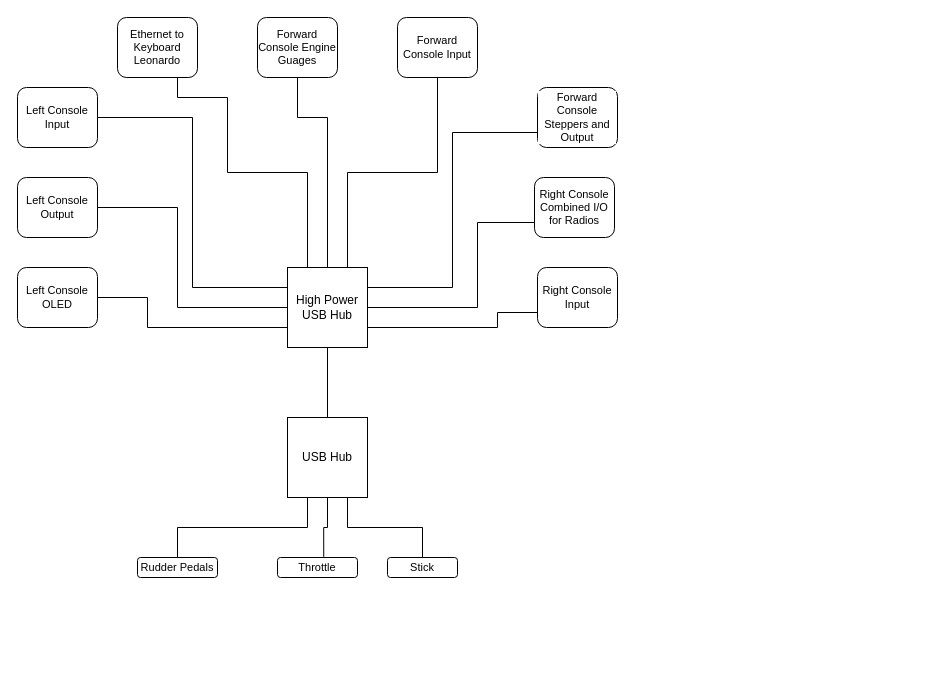
This is page "USB" (1 of 2) of A10/A10 Documentation/A10 Diagrams.drawio from bnepethomas/bne-arduino-flight-simulator-interfaces, a draw.io file, before an edit. Source tidied: cells renumbered, new cells numbered last; positions are measured from the earlier drawing's top-left corner, leaving out a move shared by most shapes. Both pictures are drawn from the tidied source at 100%, with x=0, y=0 at pixel (17, 17).
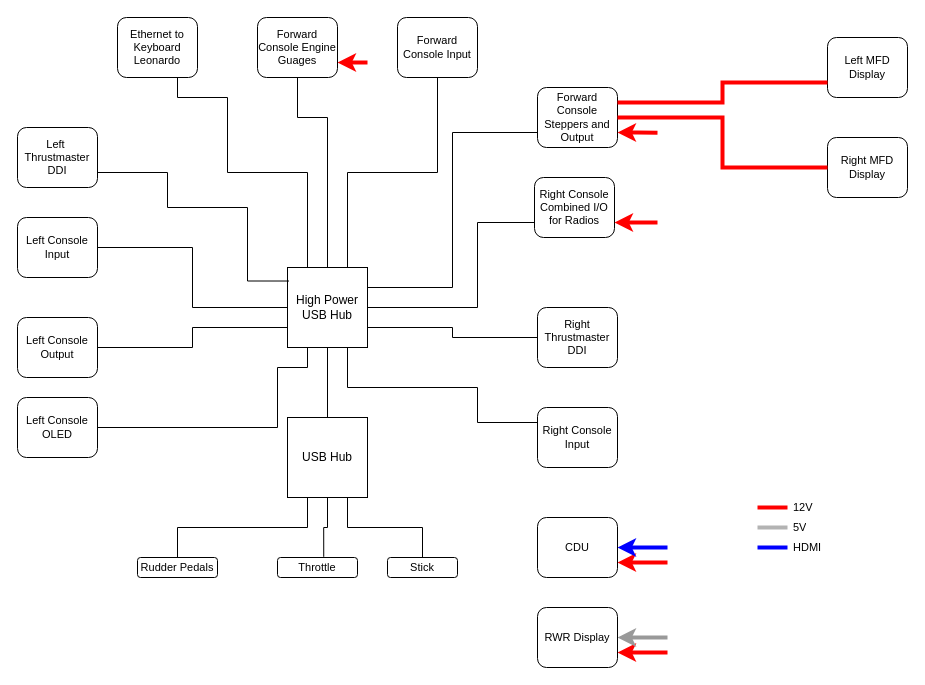
After the change.

Unchanged cells that the change refers to:
```xml
<mxCell id="2" value="High Power USB Hub" style="whiteSpace=wrap;html=1;" parent="1" vertex="1">
  <mxGeometry x="270" y="250" width="80" height="80" as="geometry" />
</mxCell>
<mxCell id="20" value="Right Console Combined I/O for Radios" style="rounded=1;whiteSpace=wrap;html=1;fontFamily=Helvetica;fontSize=11;fontColor=default;labelBackgroundColor=default;" parent="1" vertex="1">
  <mxGeometry x="517" y="160" width="80" height="60" as="geometry" />
</mxCell>
<mxCell id="26" value="Forward Console Engine Guages" style="rounded=1;whiteSpace=wrap;html=1;fontFamily=Helvetica;fontSize=11;fontColor=default;labelBackgroundColor=default;" parent="1" vertex="1">
  <mxGeometry x="240" width="80" height="60" as="geometry" />
</mxCell>
```

Change to the diagram source:
```diff
@@
+    <mxCell id="29" style="edgeStyle=orthogonalEdgeStyle;shape=connector;rounded=0;jettySize=auto;html=1;exitX=1;exitY=0.75;exitDx=0;exitDy=0;entryX=0;entryY=0.5;entryDx=0;entryDy=0;strokeColor=default;align=center;verticalAlign=middle;fontFamily=Helvetica;fontSize=11;fontColor=default;labelBackgroundColor=default;endArrow=none;endFill=0;" parent="1" edge="1" source="2" target="32">
+      <mxGeometry relative="1" as="geometry" />
+    </mxCell>
@@
-    <mxCell id="13" style="edgeStyle=orthogonalEdgeStyle;shape=connector;rounded=0;jettySize=auto;html=1;exitX=1;exitY=0.5;exitDx=0;exitDy=0;entryX=0;entryY=0.25;entryDx=0;entryDy=0;strokeColor=default;align=center;verticalAlign=middle;fontFamily=Helvetica;fontSize=11;fontColor=default;labelBackgroundColor=default;endArrow=none;endFill=0;" parent="1" edge="1" source="14" target="2">
+    <mxCell id="13" style="edgeStyle=orthogonalEdgeStyle;shape=connector;rounded=0;jettySize=auto;html=1;exitX=1;exitY=0.5;exitDx=0;exitDy=0;entryX=0;entryY=0.5;entryDx=0;entryDy=0;strokeColor=default;align=center;verticalAlign=middle;fontFamily=Helvetica;fontSize=11;fontColor=default;labelBackgroundColor=default;endArrow=none;endFill=0;" parent="1" edge="1" source="14" target="2">
       <mxGeometry relative="1" as="geometry" />
     </mxCell>
     <mxCell id="14" value="Left Console Input" style="rounded=1;whiteSpace=wrap;html=1;fontFamily=Helvetica;fontSize=11;fontColor=default;labelBackgroundColor=default;" parent="1" vertex="1">
-      <mxGeometry y="70" width="80" height="60" as="geometry" />
+      <mxGeometry y="200" width="80" height="60" as="geometry" />
     </mxCell>
-    <mxCell id="15" style="edgeStyle=orthogonalEdgeStyle;shape=connector;rounded=0;jettySize=auto;html=1;exitX=1;exitY=0.5;exitDx=0;exitDy=0;entryX=0;entryY=0.5;entryDx=0;entryDy=0;strokeColor=default;align=center;verticalAlign=middle;fontFamily=Helvetica;fontSize=11;fontColor=default;labelBackgroundColor=default;endArrow=none;endFill=0;" parent="1" edge="1" source="16" target="2">
-      <mxGeometry relative="1" as="geometry">
-        <Array as="points">
-          <mxPoint x="160" y="190" />
-          <mxPoint x="160" y="290" />
-        </Array>
-      </mxGeometry>
+    <mxCell id="15" style="edgeStyle=orthogonalEdgeStyle;shape=connector;rounded=0;jettySize=auto;html=1;exitX=1;exitY=0.5;exitDx=0;exitDy=0;entryX=0;entryY=0.75;entryDx=0;entryDy=0;strokeColor=default;align=center;verticalAlign=middle;fontFamily=Helvetica;fontSize=11;fontColor=default;labelBackgroundColor=default;endArrow=none;endFill=0;" parent="1" edge="1" source="16" target="2">
+      <mxGeometry relative="1" as="geometry" />
     </mxCell>
     <mxCell id="16" value="Left Console Output" style="rounded=1;whiteSpace=wrap;html=1;fontFamily=Helvetica;fontSize=11;fontColor=default;labelBackgroundColor=default;" parent="1" vertex="1">
-      <mxGeometry y="160" width="80" height="60" as="geometry" />
+      <mxGeometry y="300" width="80" height="60" as="geometry" />
     </mxCell>
-    <mxCell id="17" style="edgeStyle=orthogonalEdgeStyle;shape=connector;rounded=0;jettySize=auto;html=1;exitX=1;exitY=0.5;exitDx=0;exitDy=0;entryX=0;entryY=0.75;entryDx=0;entryDy=0;strokeColor=default;align=center;verticalAlign=middle;fontFamily=Helvetica;fontSize=11;fontColor=default;labelBackgroundColor=default;endArrow=none;endFill=0;" parent="1" edge="1" source="18" target="2">
+    <mxCell id="17" style="edgeStyle=orthogonalEdgeStyle;shape=connector;rounded=0;jettySize=auto;html=1;exitX=1;exitY=0.5;exitDx=0;exitDy=0;entryX=0.25;entryY=1;entryDx=0;entryDy=0;strokeColor=default;align=center;verticalAlign=middle;fontFamily=Helvetica;fontSize=11;fontColor=default;labelBackgroundColor=default;endArrow=none;endFill=0;" parent="1" edge="1" source="18" target="2">
       <mxGeometry relative="1" as="geometry">
         <Array as="points">
-          <mxPoint x="130" y="280" />
-          <mxPoint x="130" y="310" />
+          <mxPoint x="260" y="410" />
+          <mxPoint x="260" y="350" />
+          <mxPoint x="290" y="350" />
         </Array>
       </mxGeometry>
     </mxCell>
     <mxCell id="18" value="Left Console OLED" style="rounded=1;whiteSpace=wrap;html=1;fontFamily=Helvetica;fontSize=11;fontColor=default;labelBackgroundColor=default;" parent="1" vertex="1">
-      <mxGeometry y="250" width="80" height="60" as="geometry" />
+      <mxGeometry y="380" width="80" height="60" as="geometry" />
     </mxCell>
@@
-    <mxCell id="21" style="edgeStyle=orthogonalEdgeStyle;shape=connector;rounded=0;jettySize=auto;html=1;exitX=0;exitY=0.75;exitDx=0;exitDy=0;entryX=1;entryY=0.75;entryDx=0;entryDy=0;strokeColor=default;align=center;verticalAlign=middle;fontFamily=Helvetica;fontSize=11;fontColor=default;labelBackgroundColor=default;endArrow=none;endFill=0;" parent="1" edge="1" source="22" target="2">
+    <mxCell id="21" style="edgeStyle=orthogonalEdgeStyle;rounded=0;jettySize=auto;html=1;exitX=0;exitY=0.25;exitDx=0;exitDy=0;entryX=0.75;entryY=1;entryDx=0;entryDy=0;endArrow=none;endFill=0;" parent="1" edge="1" source="22" target="2">
       <mxGeometry relative="1" as="geometry">
         <Array as="points">
-          <mxPoint x="480" y="295" />
-          <mxPoint x="480" y="310" />
+          <mxPoint x="460" y="405" />
+          <mxPoint x="460" y="370" />
+          <mxPoint x="330" y="370" />
         </Array>
       </mxGeometry>
     </mxCell>
     <mxCell id="22" value="Right Console Input" style="rounded=1;whiteSpace=wrap;html=1;fontFamily=Helvetica;fontSize=11;fontColor=default;labelBackgroundColor=default;" parent="1" vertex="1">
-      <mxGeometry x="520" y="250" width="80" height="60" as="geometry" />
+      <mxGeometry x="520" y="390" width="80" height="60" as="geometry" />
     </mxCell>
@@
+    <mxCell id="30" style="edgeStyle=orthogonalEdgeStyle;shape=connector;rounded=0;jettySize=auto;html=1;exitX=1;exitY=0.75;exitDx=0;exitDy=0;strokeColor=#FF0000;align=center;verticalAlign=middle;fontFamily=Helvetica;fontSize=11;fontColor=default;labelBackgroundColor=default;endArrow=none;endFill=0;strokeWidth=4;startArrow=classic;startFill=1;fillColor=#f8cecc;" parent="1" edge="1" source="26">
+      <mxGeometry relative="1" as="geometry">
+        <mxPoint x="350" y="45.2" as="targetPoint" />
+      </mxGeometry>
+    </mxCell>
@@
-    <mxCell id="28" value="Forward Console Steppers and Output" style="rounded=1;whiteSpace=wrap;html=1;fontFamily=Helvetica;fontSize=11;fontColor=default;labelBackgroundColor=default;" parent="1" vertex="1">
+    <mxCell id="28" value="Forward Console Steppers and Output" style="rounded=1;whiteSpace=wrap;html=1;fontFamily=Helvetica;fontSize=11;fontColor=default;labelBackgroundColor=none;" parent="1" vertex="1">
       <mxGeometry x="520" y="70" width="80" height="60" as="geometry" />
     </mxCell>
+    <mxCell id="31" value="Left MFD&lt;div&gt;Display&lt;/div&gt;" style="rounded=1;whiteSpace=wrap;html=1;fontFamily=Helvetica;fontSize=11;fontColor=default;labelBackgroundColor=default;" parent="1" vertex="1">
+      <mxGeometry x="810" y="20" width="80" height="60" as="geometry" />
+    </mxCell>
+    <mxCell id="32" value="Right Thrustmaster DDI" style="rounded=1;whiteSpace=wrap;html=1;fontFamily=Helvetica;fontSize=11;fontColor=default;labelBackgroundColor=default;" parent="1" vertex="1">
+      <mxGeometry x="520" y="290" width="80" height="60" as="geometry" />
+    </mxCell>
+    <mxCell id="33" style="edgeStyle=orthogonalEdgeStyle;shape=connector;rounded=0;jettySize=auto;html=1;exitX=1;exitY=0.75;exitDx=0;exitDy=0;entryX=0.019;entryY=0.169;entryDx=0;entryDy=0;strokeColor=default;align=center;verticalAlign=middle;fontFamily=Helvetica;fontSize=11;fontColor=default;labelBackgroundColor=default;endArrow=none;endFill=0;entryPerimeter=0;" parent="1" edge="1" source="34" target="2">
+      <mxGeometry relative="1" as="geometry">
+        <Array as="points">
+          <mxPoint x="150" y="155" />
+          <mxPoint x="150" y="190" />
+          <mxPoint x="230" y="190" />
+          <mxPoint x="230" y="264" />
+        </Array>
+      </mxGeometry>
+    </mxCell>
+    <mxCell id="34" value="Left&amp;nbsp; Thrustmaster DDI" style="rounded=1;whiteSpace=wrap;html=1;fontFamily=Helvetica;fontSize=11;fontColor=default;labelBackgroundColor=default;" parent="1" vertex="1">
+      <mxGeometry y="110" width="80" height="60" as="geometry" />
+    </mxCell>
+    <mxCell id="35" value="Right MFD Display" style="rounded=1;whiteSpace=wrap;html=1;fontFamily=Helvetica;fontSize=11;fontColor=default;labelBackgroundColor=default;" parent="1" vertex="1">
+      <mxGeometry x="810" y="120" width="80" height="60" as="geometry" />
+    </mxCell>
+    <mxCell id="36" style="endArrow=none;html=1;rounded=0;strokeColor=#FF0000;align=center;verticalAlign=middle;fontFamily=Helvetica;fontSize=11;fontColor=default;labelBackgroundColor=default;edgeStyle=orthogonalEdgeStyle;strokeWidth=4;endFill=0;fillColor=#f8cecc;" parent="1" edge="1">
+      <mxGeometry relative="1" as="geometry">
+        <mxPoint x="740" y="490" as="sourcePoint" />
+        <mxPoint x="770" y="490" as="targetPoint" />
+      </mxGeometry>
+    </mxCell>
+    <mxCell id="37" value="12V" style="text;strokeColor=none;fillColor=none;align=left;verticalAlign=middle;spacingLeft=4;spacingRight=4;overflow=hidden;whiteSpace=wrap;html=1;fontFamily=Helvetica;fontSize=11;fontColor=default;labelBackgroundColor=default;" parent="1" vertex="1">
+      <mxGeometry x="770" y="480" width="80" height="20" as="geometry" />
+    </mxCell>
+    <mxCell id="38" style="endArrow=none;html=1;rounded=0;strokeColor=#B3B3B3;align=center;verticalAlign=middle;fontFamily=Helvetica;fontSize=11;fontColor=default;labelBackgroundColor=default;edgeStyle=orthogonalEdgeStyle;strokeWidth=4;endFill=0;fillColor=#f8cecc;" parent="1" edge="1">
+      <mxGeometry relative="1" as="geometry">
+        <mxPoint x="740" y="510" as="sourcePoint" />
+        <mxPoint x="770" y="510" as="targetPoint" />
+      </mxGeometry>
+    </mxCell>
+    <mxCell id="39" value="5V" style="text;strokeColor=none;fillColor=none;align=left;verticalAlign=middle;spacingLeft=4;spacingRight=4;overflow=hidden;whiteSpace=wrap;html=1;fontFamily=Helvetica;fontSize=11;fontColor=default;labelBackgroundColor=default;" parent="1" vertex="1">
+      <mxGeometry x="770" y="500" width="80" height="20" as="geometry" />
+    </mxCell>
+    <mxCell id="40" style="edgeStyle=orthogonalEdgeStyle;shape=connector;rounded=0;jettySize=auto;html=1;exitX=1;exitY=0.75;exitDx=0;exitDy=0;strokeColor=#FF0000;align=center;verticalAlign=middle;fontFamily=Helvetica;fontSize=11;fontColor=default;labelBackgroundColor=default;endArrow=none;endFill=0;strokeWidth=4;startArrow=classic;startFill=1;fillColor=#f8cecc;" parent="1" edge="1" source="42">
+      <mxGeometry relative="1" as="geometry">
+        <mxPoint x="650" y="545" as="targetPoint" />
+      </mxGeometry>
+    </mxCell>
+    <mxCell id="41" style="edgeStyle=orthogonalEdgeStyle;shape=connector;rounded=0;jettySize=auto;html=1;exitX=1;exitY=0.5;exitDx=0;exitDy=0;strokeColor=#0000FF;align=center;verticalAlign=middle;fontFamily=Helvetica;fontSize=11;fontColor=default;labelBackgroundColor=default;endArrow=none;endFill=0;strokeWidth=4;startArrow=classic;startFill=1;fillColor=#f8cecc;" parent="1" edge="1" source="42">
+      <mxGeometry relative="1" as="geometry">
+        <mxPoint x="650" y="530" as="targetPoint" />
+      </mxGeometry>
+    </mxCell>
+    <mxCell id="42" value="CDU" style="rounded=1;whiteSpace=wrap;html=1;fontFamily=Helvetica;fontSize=11;fontColor=default;labelBackgroundColor=default;" parent="1" vertex="1">
+      <mxGeometry x="520" y="500" width="80" height="60" as="geometry" />
+    </mxCell>
+    <mxCell id="43" style="endArrow=none;html=1;rounded=0;strokeColor=#0000FF;align=center;verticalAlign=middle;fontFamily=Helvetica;fontSize=11;fontColor=default;labelBackgroundColor=default;edgeStyle=orthogonalEdgeStyle;strokeWidth=4;endFill=0;fillColor=#f8cecc;" parent="1" edge="1">
+      <mxGeometry relative="1" as="geometry">
+        <mxPoint x="740" y="530" as="sourcePoint" />
+        <mxPoint x="770" y="530" as="targetPoint" />
+      </mxGeometry>
+    </mxCell>
+    <mxCell id="44" value="HDMI" style="text;strokeColor=none;fillColor=none;align=left;verticalAlign=middle;spacingLeft=4;spacingRight=4;overflow=hidden;whiteSpace=wrap;html=1;fontFamily=Helvetica;fontSize=11;fontColor=default;labelBackgroundColor=default;" parent="1" vertex="1">
+      <mxGeometry x="770" y="520" width="80" height="20" as="geometry" />
+    </mxCell>
+    <mxCell id="45" style="edgeStyle=orthogonalEdgeStyle;shape=connector;rounded=0;jettySize=auto;html=1;exitX=1;exitY=0.75;exitDx=0;exitDy=0;strokeColor=#FF0000;align=center;verticalAlign=middle;fontFamily=Helvetica;fontSize=11;fontColor=default;labelBackgroundColor=default;endArrow=none;endFill=0;strokeWidth=4;startArrow=classic;startFill=1;fillColor=#f8cecc;" parent="1" edge="1" source="47">
+      <mxGeometry relative="1" as="geometry">
+        <mxPoint x="650" y="635" as="targetPoint" />
+      </mxGeometry>
+    </mxCell>
+    <mxCell id="46" style="edgeStyle=orthogonalEdgeStyle;shape=connector;rounded=0;jettySize=auto;html=1;exitX=1;exitY=0.5;exitDx=0;exitDy=0;strokeColor=#999999;align=center;verticalAlign=middle;fontFamily=Helvetica;fontSize=11;fontColor=default;labelBackgroundColor=default;endArrow=none;endFill=0;strokeWidth=4;startArrow=classic;startFill=1;fillColor=#f8cecc;" parent="1" edge="1" source="47">
+      <mxGeometry relative="1" as="geometry">
+        <mxPoint x="650" y="620" as="targetPoint" />
+      </mxGeometry>
+    </mxCell>
+    <mxCell id="47" value="RWR Display" style="rounded=1;whiteSpace=wrap;html=1;fontFamily=Helvetica;fontSize=11;fontColor=default;labelBackgroundColor=default;" parent="1" vertex="1">
+      <mxGeometry x="520" y="590" width="80" height="60" as="geometry" />
+    </mxCell>
+    <mxCell id="48" parent="0" />
+    <mxCell id="49" style="edgeStyle=orthogonalEdgeStyle;shape=connector;rounded=0;jettySize=auto;html=1;exitX=1;exitY=0.75;exitDx=0;exitDy=0;strokeColor=#FF0000;align=center;verticalAlign=middle;fontFamily=Helvetica;fontSize=11;fontColor=default;labelBackgroundColor=default;endArrow=none;endFill=0;strokeWidth=4;startArrow=classic;startFill=1;fillColor=#f8cecc;" parent="48" edge="1" source="20">
+      <mxGeometry relative="1" as="geometry">
+        <mxPoint x="640" y="205" as="targetPoint" />
+      </mxGeometry>
+    </mxCell>
+    <mxCell id="50" style="edgeStyle=orthogonalEdgeStyle;shape=connector;rounded=0;jettySize=auto;html=1;exitX=1;exitY=0.25;exitDx=0;exitDy=0;entryX=0;entryY=0.75;entryDx=0;entryDy=0;strokeColor=#FF0000;align=center;verticalAlign=middle;fontFamily=Helvetica;fontSize=11;fontColor=default;labelBackgroundColor=default;endArrow=none;endFill=0;strokeWidth=4;fillColor=#f8cecc;" parent="48" edge="1" source="28" target="31">
+      <mxGeometry relative="1" as="geometry" />
+    </mxCell>
+    <mxCell id="51" style="edgeStyle=orthogonalEdgeStyle;shape=connector;rounded=0;jettySize=auto;html=1;exitX=1;exitY=0.5;exitDx=0;exitDy=0;entryX=0;entryY=0.5;entryDx=0;entryDy=0;strokeColor=#FF0000;align=center;verticalAlign=middle;fontFamily=Helvetica;fontSize=11;fontColor=default;labelBackgroundColor=default;endArrow=none;endFill=0;fillColor=#f8cecc;strokeWidth=4;" parent="48" edge="1" source="28" target="35">
+      <mxGeometry relative="1" as="geometry" />
+    </mxCell>
+    <mxCell id="52" style="edgeStyle=orthogonalEdgeStyle;shape=connector;rounded=0;jettySize=auto;html=1;exitX=1;exitY=0.75;exitDx=0;exitDy=0;strokeColor=#FF0000;align=center;verticalAlign=middle;fontFamily=Helvetica;fontSize=11;fontColor=default;labelBackgroundColor=default;endArrow=none;endFill=0;strokeWidth=4;fillColor=#f8cecc;startArrow=classic;startFill=1;" parent="48" edge="1" source="28">
+      <mxGeometry relative="1" as="geometry">
+        <mxPoint x="640" y="115.2" as="targetPoint" />
+      </mxGeometry>
+    </mxCell>
+    <mxCell id="53" parent="0" />
```
